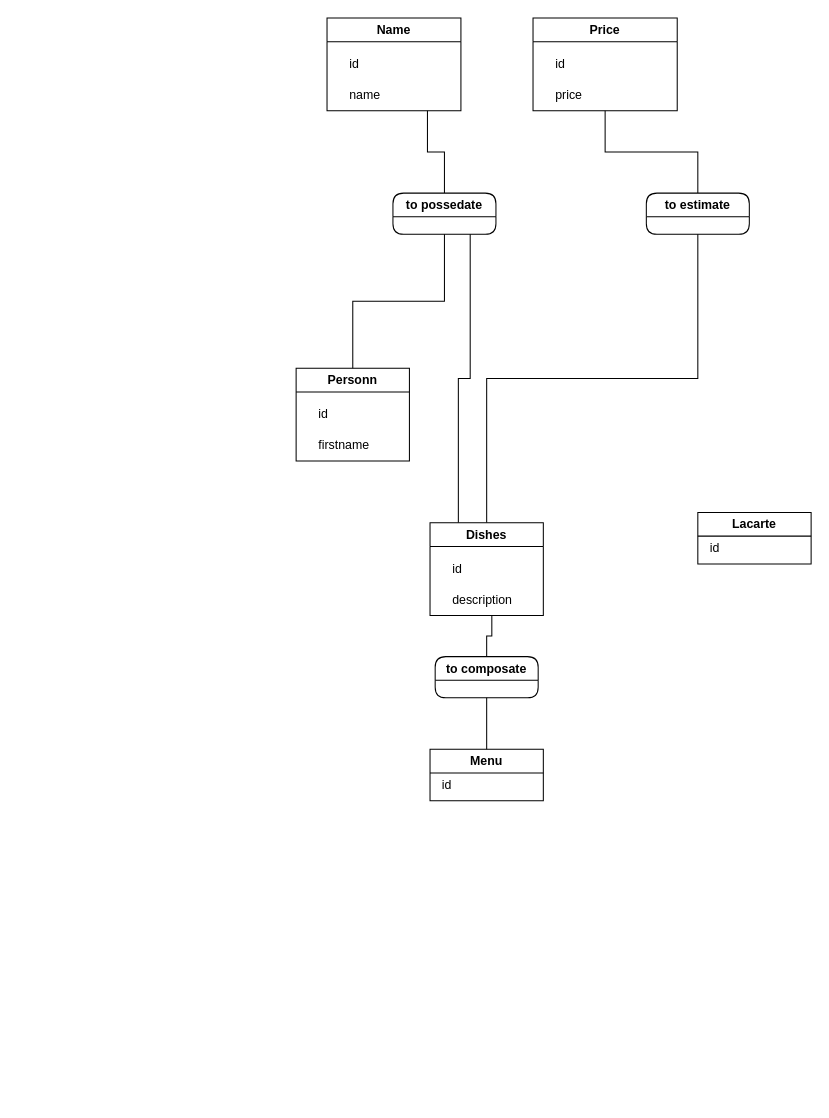
The draw.io diagram test.drawio in Aloeverras/mcd_destock, before the edit. Source tidied: cells renumbered, new cells numbered last; positions are measured from the earlier drawing's top-left corner, leaving out a move shared by most shapes. Both pictures are drawn from the tidied source at 103%, with x=0, y=0 at pixel (296, 18).
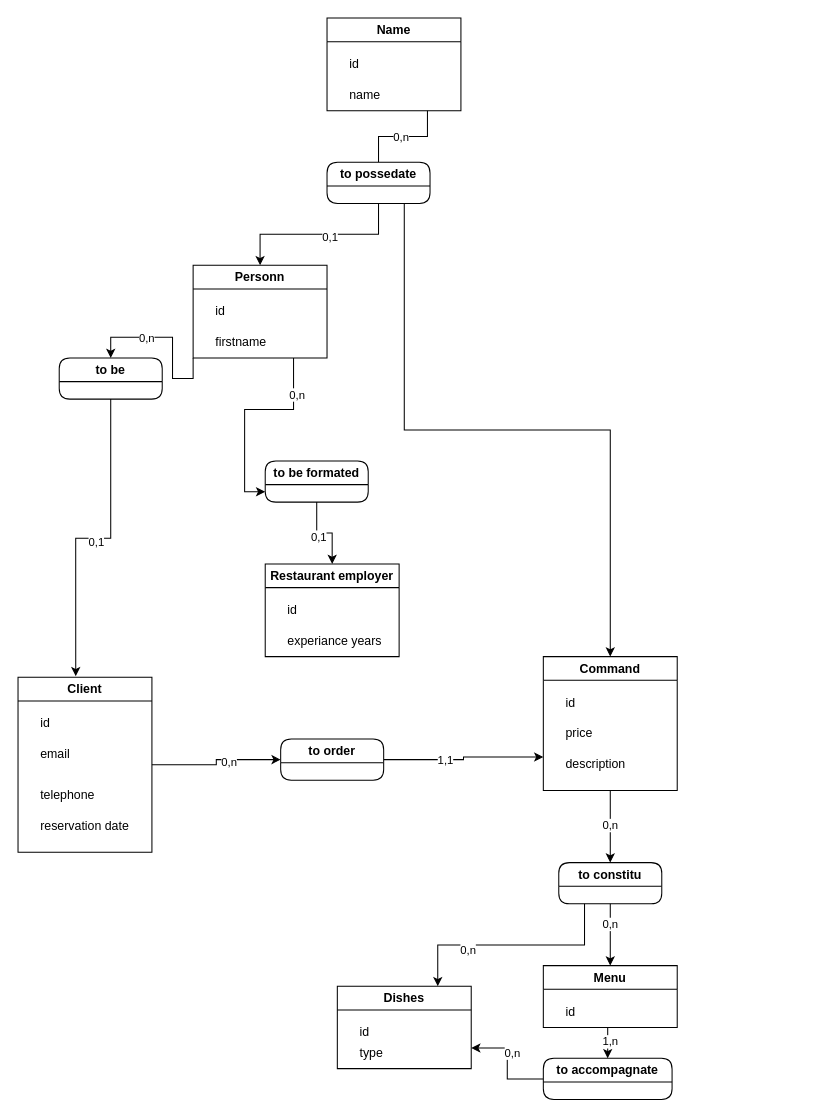
After the change.

Commit message:
Mettre à jour test.drawio

Unchanged cells that the change refers to:
```xml
<mxCell id="2" style="edgeStyle=orthogonalEdgeStyle;rounded=0;jettySize=auto;html=1;exitX=0.75;exitY=1;exitDx=0;exitDy=0;endArrow=none;startFill=0;" parent="1" edge="1" source="3" target="11">
  <mxGeometry relative="1" as="geometry" />
</mxCell>
```

What changed in the source:
```diff
@@
+    <mxCell id="28" value="0,n" style="edgeLabel;html=1;align=center;verticalAlign=middle;" parent="2" vertex="1">
+      <mxGeometry x="0.06" relative="1" as="geometry">
+        <mxPoint x="1" as="offset" />
+      </mxGeometry>
+    </mxCell>
@@
+    <mxCell id="9" style="edgeStyle=orthogonalEdgeStyle;rounded=0;jettySize=auto;html=1;entryX=0.5;entryY=0;entryDx=0;entryDy=0;" parent="1" edge="1" source="11" target="6">
+      <mxGeometry relative="1" as="geometry" />
+    </mxCell>
+    <mxCell id="29" value="0,1" style="edgeLabel;html=1;align=center;verticalAlign=middle;" parent="9" vertex="1">
+      <mxGeometry x="-0.11" y="2" relative="1" as="geometry" />
+    </mxCell>
+    <mxCell id="30" style="edgeStyle=orthogonalEdgeStyle;rounded=0;jettySize=auto;html=1;exitX=0.75;exitY=1;exitDx=0;exitDy=0;" parent="1" edge="1" source="11" target="38">
+      <mxGeometry relative="1" as="geometry" />
+    </mxCell>
+    <mxCell id="11" value="to possedate" style="swimlane;whiteSpace=wrap;html=1;rounded=1;" parent="1" vertex="1">
+      <mxGeometry x="30" y="140" width="100" height="40" as="geometry" />
+    </mxCell>
+    <mxCell id="31" style="edgeStyle=orthogonalEdgeStyle;rounded=0;jettySize=auto;html=1;exitX=0;exitY=1;exitDx=0;exitDy=0;entryX=0.5;entryY=0;entryDx=0;entryDy=0;" parent="1" edge="1" source="6" target="50">
+      <mxGeometry relative="1" as="geometry" />
+    </mxCell>
+    <mxCell id="32" value="0,n" style="edgeLabel;html=1;align=center;verticalAlign=middle;" parent="31" vertex="1">
+      <mxGeometry x="0.33" relative="1" as="geometry" />
+    </mxCell>
+    <mxCell id="33" style="edgeStyle=orthogonalEdgeStyle;rounded=0;jettySize=auto;html=1;exitX=0.75;exitY=1;exitDx=0;exitDy=0;entryX=0;entryY=0.75;entryDx=0;entryDy=0;" parent="1" edge="1" source="6" target="53">
+      <mxGeometry relative="1" as="geometry" />
+    </mxCell>
+    <mxCell id="34" value="0,n" style="edgeLabel;html=1;align=center;verticalAlign=middle;" parent="33" vertex="1">
+      <mxGeometry x="-0.65" y="3" relative="1" as="geometry" />
+    </mxCell>
     <mxCell id="6" value="Personn" style="swimlane;whiteSpace=wrap;html=1;" parent="1" vertex="1">
-      <mxGeometry y="340" width="110" height="90" as="geometry" />
+      <mxGeometry x="-100" y="240" width="130" height="90" as="geometry" />
     </mxCell>
-    <mxCell id="7" value="id" style="text;html=1;align=left;verticalAlign=middle;strokeColor=none;fillColor=none;" parent="6" vertex="1">
-      <mxGeometry x="20" y="30" width="30" height="30" as="geometry" />
-    </mxCell>
+    <mxCell id="35" value="id" style="text;html=1;align=left;verticalAlign=middle;strokeColor=none;fillColor=none;" parent="6" vertex="1">
+      <mxGeometry x="20" y="30" width="30" height="30" as="geometry" />
+    </mxCell>
@@
-    <mxCell id="9" style="edgeStyle=orthogonalEdgeStyle;rounded=0;jettySize=auto;html=1;exitX=0.5;exitY=1;exitDx=0;exitDy=0;entryX=0.5;entryY=0;entryDx=0;entryDy=0;endArrow=none;startFill=0;" parent="1" edge="1" source="11" target="6">
-      <mxGeometry relative="1" as="geometry" />
-    </mxCell>
-    <mxCell id="10" style="edgeStyle=orthogonalEdgeStyle;rounded=0;jettySize=auto;html=1;exitX=0.75;exitY=1;exitDx=0;exitDy=0;entryX=0.25;entryY=0;entryDx=0;entryDy=0;endArrow=none;startFill=0;" parent="1" edge="1" source="11" target="18">
-      <mxGeometry relative="1" as="geometry" />
-    </mxCell>
-    <mxCell id="11" value="to possedate" style="swimlane;whiteSpace=wrap;html=1;rounded=1;" parent="1" vertex="1">
-      <mxGeometry x="94" y="170" width="100" height="40" as="geometry" />
-    </mxCell>
-    <mxCell id="12" style="edgeStyle=orthogonalEdgeStyle;rounded=0;jettySize=auto;html=1;exitX=0.5;exitY=1;exitDx=0;exitDy=0;entryX=0.5;entryY=0;entryDx=0;entryDy=0;endArrow=none;startFill=0;" parent="1" edge="1" source="13" target="17">
-      <mxGeometry relative="1" as="geometry" />
-    </mxCell>
-    <mxCell id="13" value="Price" style="swimlane;whiteSpace=wrap;html=1;" parent="1" vertex="1">
-      <mxGeometry x="230" width="140" height="90" as="geometry" />
-    </mxCell>
-    <mxCell id="14" value="id" style="text;html=1;align=left;verticalAlign=middle;strokeColor=none;fillColor=none;" parent="13" vertex="1">
-      <mxGeometry x="20" y="30" width="30" height="30" as="geometry" />
-    </mxCell>
+    <mxCell id="36" style="edgeStyle=orthogonalEdgeStyle;rounded=0;jettySize=auto;html=1;entryX=0.5;entryY=0;entryDx=0;entryDy=0;" parent="1" edge="1" source="38" target="63">
+      <mxGeometry relative="1" as="geometry" />
+    </mxCell>
+    <mxCell id="37" value="0,n" style="edgeLabel;html=1;align=center;verticalAlign=middle;" parent="36" vertex="1">
+      <mxGeometry x="-0.06" y="-1" relative="1" as="geometry" />
+    </mxCell>
+    <mxCell id="38" value="Command" style="swimlane;whiteSpace=wrap;html=1;" parent="1" vertex="1">
+      <mxGeometry x="240" y="620" width="130" height="130" as="geometry" />
+    </mxCell>
+    <mxCell id="39" value="id" style="text;html=1;align=left;verticalAlign=middle;strokeColor=none;fillColor=none;" parent="38" vertex="1">
+      <mxGeometry x="20" y="30" width="30" height="30" as="geometry" />
+    </mxCell>
-    <mxCell id="15" value="price" style="text;html=1;align=left;verticalAlign=middle;strokeColor=none;fillColor=none;" parent="13" vertex="1">
+    <mxCell id="15" value="price" style="text;html=1;align=left;verticalAlign=middle;strokeColor=none;fillColor=none;" parent="38" vertex="1">
       <mxGeometry x="20" y="60" width="50" height="30" as="geometry" />
     </mxCell>
-    <mxCell id="16" style="edgeStyle=orthogonalEdgeStyle;rounded=0;jettySize=auto;html=1;exitX=0.5;exitY=1;exitDx=0;exitDy=0;endArrow=none;startFill=0;" parent="1" edge="1" source="17" target="18">
-      <mxGeometry relative="1" as="geometry" />
-    </mxCell>
-    <mxCell id="17" value="to estimate" style="swimlane;whiteSpace=wrap;html=1;rounded=1;" parent="1" vertex="1">
-      <mxGeometry x="340" y="170" width="100" height="40" as="geometry" />
-    </mxCell>
+    <mxCell id="20" value="description" style="text;html=1;align=left;verticalAlign=middle;points=[];strokeColor=none;fillColor=none;" parent="38" vertex="1">
+      <mxGeometry x="20" y="90" width="80" height="30" as="geometry" />
+    </mxCell>
+    <mxCell id="40" style="edgeStyle=orthogonalEdgeStyle;rounded=0;jettySize=auto;html=1;entryX=0;entryY=0.5;entryDx=0;entryDy=0;" parent="1" edge="1" source="42" target="58">
+      <mxGeometry relative="1" as="geometry" />
+    </mxCell>
+    <mxCell id="41" value="0,n" style="edgeLabel;html=1;align=center;verticalAlign=middle;" parent="40" vertex="1">
+      <mxGeometry x="0.22" y="-2" relative="1" as="geometry" />
+    </mxCell>
+    <mxCell id="42" value="Client" style="swimlane;whiteSpace=wrap;html=1;" parent="1" vertex="1">
+      <mxGeometry x="-270" y="640" width="130" height="170" as="geometry" />
+    </mxCell>
+    <mxCell id="43" value="id" style="text;html=1;align=left;verticalAlign=middle;strokeColor=none;fillColor=none;" parent="42" vertex="1">
+      <mxGeometry x="20" y="30" width="30" height="30" as="geometry" />
+    </mxCell>
+    <mxCell id="44" value="email" style="text;html=1;align=left;verticalAlign=middle;strokeColor=none;fillColor=none;" parent="42" vertex="1">
+      <mxGeometry x="20" y="60" width="50" height="30" as="geometry" />
+    </mxCell>
+    <mxCell id="45" value="telephone" style="text;html=1;align=left;verticalAlign=middle;strokeColor=none;fillColor=none;" parent="42" vertex="1">
+      <mxGeometry x="20" y="100" width="80" height="30" as="geometry" />
+    </mxCell>
+    <mxCell id="46" value="reservation date" style="text;html=1;align=left;verticalAlign=middle;strokeColor=none;fillColor=none;" parent="42" vertex="1">
+      <mxGeometry x="20" y="130" width="110" height="30" as="geometry" />
+    </mxCell>
+    <mxCell id="47" value="Restaurant employer" style="swimlane;whiteSpace=wrap;html=1;startSize=23;" parent="1" vertex="1">
+      <mxGeometry x="-30" y="530" width="130" height="90" as="geometry" />
+    </mxCell>
+    <mxCell id="48" value="id" style="text;html=1;align=left;verticalAlign=middle;strokeColor=none;fillColor=none;" parent="47" vertex="1">
+      <mxGeometry x="20" y="30" width="30" height="30" as="geometry" />
+    </mxCell>
+    <mxCell id="49" value="experiance years" style="text;html=1;align=left;verticalAlign=middle;strokeColor=none;fillColor=none;" parent="47" vertex="1">
+      <mxGeometry x="20" y="60" width="110" height="30" as="geometry" />
+    </mxCell>
+    <mxCell id="50" value="to be" style="swimlane;whiteSpace=wrap;html=1;rounded=1;startSize=23;" parent="1" vertex="1">
+      <mxGeometry x="-230" y="330" width="100" height="40" as="geometry" />
+    </mxCell>
+    <mxCell id="51" style="edgeStyle=orthogonalEdgeStyle;rounded=0;jettySize=auto;html=1;exitX=0.5;exitY=1;exitDx=0;exitDy=0;entryX=0.5;entryY=0;entryDx=0;entryDy=0;" parent="1" edge="1" source="53" target="47">
+      <mxGeometry relative="1" as="geometry" />
+    </mxCell>
+    <mxCell id="52" value="0,1" style="edgeLabel;html=1;align=center;verticalAlign=middle;" parent="51" vertex="1">
+      <mxGeometry x="-0.17" y="-3" relative="1" as="geometry" />
+    </mxCell>
+    <mxCell id="53" value="to be formated" style="swimlane;whiteSpace=wrap;html=1;rounded=1;startSize=23;" parent="1" vertex="1">
+      <mxGeometry x="-30" y="430" width="100" height="40" as="geometry" />
+    </mxCell>
+    <mxCell id="54" style="edgeStyle=orthogonalEdgeStyle;rounded=0;jettySize=auto;html=1;exitX=0.5;exitY=1;exitDx=0;exitDy=0;entryX=0.431;entryY=-0.006;entryDx=0;entryDy=0;entryPerimeter=0;" parent="1" edge="1" source="50" target="42">
+      <mxGeometry relative="1" as="geometry" />
+    </mxCell>
+    <mxCell id="55" value="0,1" style="edgeLabel;html=1;align=center;verticalAlign=middle;" parent="54" vertex="1">
+      <mxGeometry x="-0.01" y="3" relative="1" as="geometry" />
+    </mxCell>
+    <mxCell id="56" style="edgeStyle=orthogonalEdgeStyle;rounded=0;jettySize=auto;html=1;entryX=0;entryY=0.75;entryDx=0;entryDy=0;" parent="1" edge="1" source="58" target="38">
+      <mxGeometry relative="1" as="geometry" />
+    </mxCell>
+    <mxCell id="57" value="1,1" style="edgeLabel;html=1;align=center;verticalAlign=middle;" parent="56" vertex="1">
+      <mxGeometry x="-0.25" relative="1" as="geometry" />
+    </mxCell>
+    <mxCell id="58" value="to order" style="swimlane;whiteSpace=wrap;html=1;rounded=1;startSize=23;" parent="1" vertex="1">
+      <mxGeometry x="-15" y="700" width="100" height="40" as="geometry" />
+    </mxCell>
+    <mxCell id="59" style="edgeStyle=orthogonalEdgeStyle;rounded=0;jettySize=auto;html=1;exitX=0.5;exitY=1;exitDx=0;exitDy=0;entryX=0.5;entryY=0;entryDx=0;entryDy=0;" parent="1" edge="1" source="63" target="21">
+      <mxGeometry relative="1" as="geometry" />
+    </mxCell>
+    <mxCell id="60" value="0,n" style="edgeLabel;html=1;align=center;verticalAlign=middle;" parent="59" vertex="1">
+      <mxGeometry x="-0.37" y="-1" relative="1" as="geometry" />
+    </mxCell>
+    <mxCell id="61" style="edgeStyle=orthogonalEdgeStyle;rounded=0;jettySize=auto;html=1;exitX=0.25;exitY=1;exitDx=0;exitDy=0;entryX=0.75;entryY=0;entryDx=0;entryDy=0;" parent="1" edge="1" source="63" target="18">
+      <mxGeometry relative="1" as="geometry" />
+    </mxCell>
+    <mxCell id="62" value="0,n" style="edgeLabel;html=1;align=center;verticalAlign=middle;" parent="61" vertex="1">
+      <mxGeometry x="0.38" y="4" relative="1" as="geometry" />
+    </mxCell>
+    <mxCell id="63" value="to constitu" style="swimlane;whiteSpace=wrap;html=1;rounded=1;startSize=23;" parent="1" vertex="1">
+      <mxGeometry x="255" y="820" width="100" height="40" as="geometry" />
+    </mxCell>
+    <mxCell id="64" style="edgeStyle=orthogonalEdgeStyle;rounded=0;jettySize=auto;html=1;exitX=0.5;exitY=1;exitDx=0;exitDy=0;entryX=0.5;entryY=0;entryDx=0;entryDy=0;" parent="1" edge="1" source="21" target="69">
+      <mxGeometry relative="1" as="geometry" />
+    </mxCell>
+    <mxCell id="65" value="1,n" style="edgeLabel;html=1;align=center;verticalAlign=middle;" parent="64" vertex="1">
+      <mxGeometry x="-0.05" y="2" relative="1" as="geometry">
+        <mxPoint y="1" as="offset" />
+      </mxGeometry>
+    </mxCell>
+    <mxCell id="21" value="Menu" style="swimlane;whiteSpace=wrap;html=1;" parent="1" vertex="1">
+      <mxGeometry x="240" y="920" width="130" height="60" as="geometry" />
+    </mxCell>
+    <mxCell id="66" value="id" style="text;html=1;align=left;verticalAlign=middle;strokeColor=none;fillColor=none;" parent="21" vertex="1">
+      <mxGeometry x="20" y="30" width="30" height="30" as="geometry" />
+    </mxCell>
+    <mxCell id="67" style="edgeStyle=orthogonalEdgeStyle;rounded=0;jettySize=auto;html=1;exitX=0;exitY=0.5;exitDx=0;exitDy=0;entryX=1;entryY=0.75;entryDx=0;entryDy=0;" parent="1" edge="1" source="69" target="18">
+      <mxGeometry relative="1" as="geometry" />
+    </mxCell>
+    <mxCell id="68" value="0,n" style="edgeLabel;html=1;align=center;verticalAlign=middle;" parent="67" vertex="1">
+      <mxGeometry x="0.22" y="-4" relative="1" as="geometry" />
+    </mxCell>
+    <mxCell id="69" value="to accompagnate" style="swimlane;whiteSpace=wrap;html=1;rounded=1;startSize=23;" parent="1" vertex="1">
+      <mxGeometry x="240" y="1010" width="125" height="40" as="geometry" />
+    </mxCell>
     <mxCell id="18" value="Dishes" style="swimlane;whiteSpace=wrap;html=1;" parent="1" vertex="1">
-      <mxGeometry x="130" y="490" width="110" height="90" as="geometry" />
+      <mxGeometry x="40" y="940" width="130" height="80" as="geometry" />
     </mxCell>
-    <mxCell id="19" value="id" style="text;html=1;align=left;verticalAlign=middle;strokeColor=none;fillColor=none;" parent="18" vertex="1">
-      <mxGeometry x="20" y="30" width="30" height="30" as="geometry" />
-    </mxCell>
-    <mxCell id="20" value="description" style="text;html=1;align=left;verticalAlign=middle;points=[];strokeColor=none;fillColor=none;" parent="18" vertex="1">
-      <mxGeometry x="20" y="60" width="80" height="30" as="geometry" />
-    </mxCell>
-    <mxCell id="21" value="Menu" style="swimlane;whiteSpace=wrap;html=1;" parent="1" vertex="1">
-      <mxGeometry x="130" y="710" width="110" height="50" as="geometry" />
-    </mxCell>
-    <mxCell id="22" value="id" style="text;html=1;align=left;verticalAlign=middle;strokeColor=none;fillColor=none;" parent="21" vertex="1">
-      <mxGeometry x="10" y="20" width="30" height="30" as="geometry" />
-    </mxCell>
-    <mxCell id="23" style="edgeStyle=orthogonalEdgeStyle;rounded=0;jettySize=auto;html=1;exitX=0.5;exitY=1;exitDx=0;exitDy=0;entryX=0.5;entryY=0;entryDx=0;entryDy=0;endArrow=none;startFill=0;" parent="1" edge="1" source="24" target="21">
-      <mxGeometry relative="1" as="geometry" />
-    </mxCell>
-    <mxCell id="24" value="to composate" style="swimlane;whiteSpace=wrap;html=1;rounded=1;" parent="1" vertex="1">
-      <mxGeometry x="135" y="620" width="100" height="40" as="geometry" />
-    </mxCell>
-    <mxCell id="25" style="edgeStyle=orthogonalEdgeStyle;rounded=0;jettySize=auto;html=1;entryX=0.5;entryY=0;entryDx=0;entryDy=0;endArrow=none;startFill=0;" parent="1" edge="1" source="20" target="24">
-      <mxGeometry relative="1" as="geometry" />
-    </mxCell>
-    <mxCell id="26" value="Lacarte" style="swimlane;whiteSpace=wrap;html=1;" parent="1" vertex="1">
-      <mxGeometry x="390" y="480" width="110" height="50" as="geometry" />
-    </mxCell>
-    <mxCell id="27" value="id" style="text;html=1;align=left;verticalAlign=middle;strokeColor=none;fillColor=none;" parent="26" vertex="1">
-      <mxGeometry x="10" y="20" width="30" height="30" as="geometry" />
-    </mxCell>
+    <mxCell id="70" value="id" style="text;html=1;align=left;verticalAlign=middle;strokeColor=none;fillColor=none;" parent="18" vertex="1">
+      <mxGeometry x="20" y="30" width="30" height="30" as="geometry" />
+    </mxCell>
+    <mxCell id="71" value="type" style="text;html=1;align=left;verticalAlign=middle;strokeColor=none;fillColor=none;" parent="18" vertex="1">
+      <mxGeometry x="20" y="50" width="50" height="30" as="geometry" />
+    </mxCell>
```
